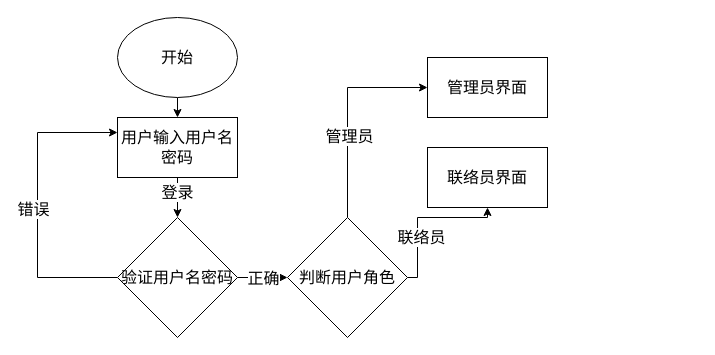
Earlier version of the draw.io diagram 修改流程图.drawio (yh176231/chataip_bot). Source tidied: cells renumbered, new cells numbered last; positions are measured from the earlier drawing's top-left corner, leaving out a move shared by most shapes. Both pictures are drawn from the tidied source at 100%, with x=0, y=0 at pixel (37, 17).
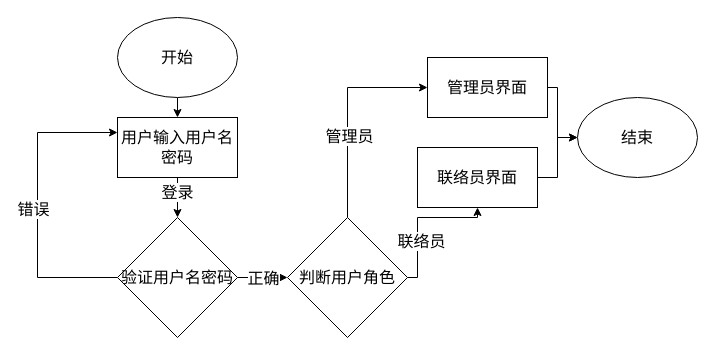
The same diagram, later.

Commit message (it also covers changes not shown here):
更新修改流程图.drawio

The change refers to these unchanged cells:
```xml
<mxCell id="18" value="&lt;font style=&quot;font-size: 16px;&quot;&gt;管理员界面&lt;/font&gt;" style="rounded=0;whiteSpace=wrap;html=1;" parent="1" vertex="1">
  <mxGeometry x="390" y="40" width="120" height="60" as="geometry" />
</mxCell>
```

Diff of the diagram source:
```diff
@@
+    <mxCell id="19" style="edgeStyle=orthogonalEdgeStyle;rounded=0;jettySize=auto;html=1;exitX=1;exitY=0.5;exitDx=0;exitDy=0;entryX=0;entryY=0.5;entryDx=0;entryDy=0;" parent="1" edge="1" source="17" target="21">
+      <mxGeometry relative="1" as="geometry">
+        <Array as="points">
+          <mxPoint x="520" y="160" />
+          <mxPoint x="520" y="120" />
+        </Array>
+      </mxGeometry>
+    </mxCell>
     <mxCell id="17" value="&lt;font style=&quot;font-size: 16px;&quot;&gt;联络员界面&lt;/font&gt;" style="rounded=0;whiteSpace=wrap;html=1;" parent="1" vertex="1">
-      <mxGeometry x="390" y="130" width="120" height="60" as="geometry" />
+      <mxGeometry x="380" y="130" width="120" height="60" as="geometry" />
     </mxCell>
+    <mxCell id="20" style="edgeStyle=orthogonalEdgeStyle;rounded=0;jettySize=auto;html=1;exitX=1;exitY=0.5;exitDx=0;exitDy=0;" parent="1" edge="1" source="18" target="21">
+      <mxGeometry relative="1" as="geometry">
+        <Array as="points">
+          <mxPoint x="520" y="70" />
+          <mxPoint x="520" y="120" />
+        </Array>
+      </mxGeometry>
+    </mxCell>
@@
+    <mxCell id="21" value="&lt;font style=&quot;font-size: 16px;&quot;&gt;结束&lt;/font&gt;" style="ellipse;whiteSpace=wrap;html=1;" parent="1" vertex="1">
+      <mxGeometry x="540" y="80" width="120" height="80" as="geometry" />
+    </mxCell>
```
